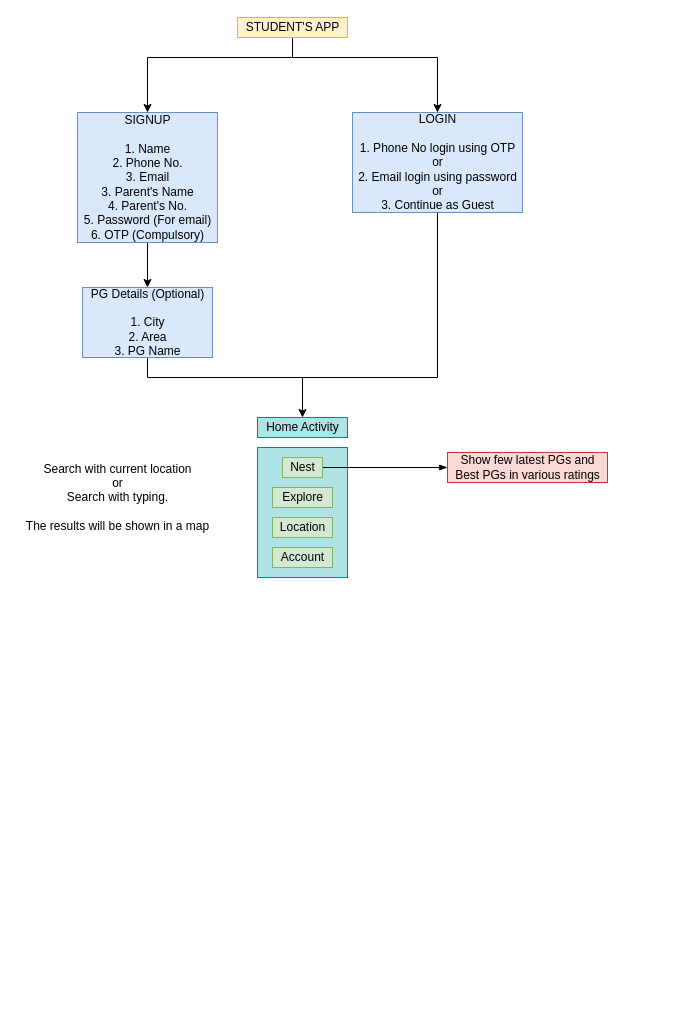
This is pgapp.drawio from inomag/UI-UX-Components, a draw.io file, before an edit. Source tidied: cells renumbered, new cells numbered last; positions are measured from the earlier drawing's top-left corner, leaving out a move shared by most shapes. Both pictures are drawn from the tidied source at 100%, with x=0, y=0 at pixel (17, 17).
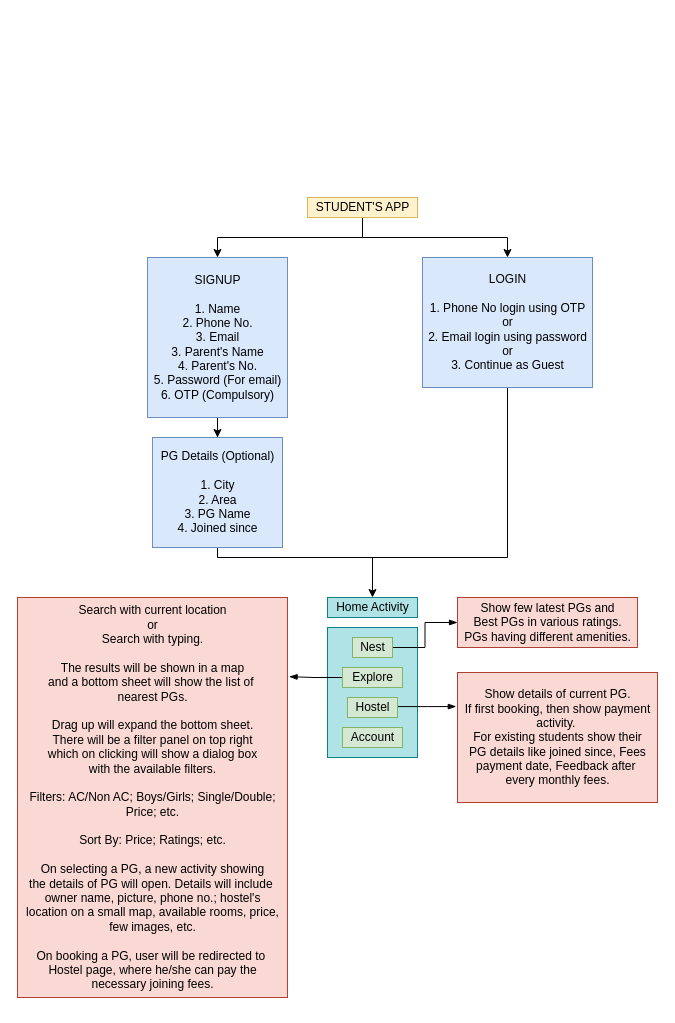
Above is the later version.

The edit, as a diff of the source:
```diff
@@
     <mxCell id="2" style="rounded=0;whiteSpace=wrap;html=1;glass=0;fillColor=#b0e3e6;strokeColor=#0e8088;" parent="1" vertex="1">
-      <mxGeometry x="240" y="430" width="90" height="130" as="geometry" />
+      <mxGeometry x="310" y="610" width="90" height="130" as="geometry" />
     </mxCell>
     <mxCell id="3" style="edgeStyle=orthogonalEdgeStyle;rounded=0;jettySize=auto;html=1;" parent="1" edge="1" source="5" target="7">
       <mxGeometry relative="1" as="geometry">
         <Array as="points">
-          <mxPoint x="275" y="40" />
-          <mxPoint x="130" y="40" />
+          <mxPoint x="345" y="220" />
+          <mxPoint x="200" y="220" />
         </Array>
       </mxGeometry>
     </mxCell>
     <mxCell id="4" style="edgeStyle=orthogonalEdgeStyle;rounded=0;jettySize=auto;html=1;" parent="1" edge="1" source="5" target="9">
       <mxGeometry relative="1" as="geometry">
         <Array as="points">
-          <mxPoint x="275" y="40" />
-          <mxPoint x="420" y="40" />
+          <mxPoint x="345" y="220" />
+          <mxPoint x="490" y="220" />
         </Array>
       </mxGeometry>
     </mxCell>
     <mxCell id="5" value="STUDENT'S APP" style="text;html=1;align=center;verticalAlign=middle;points=[];fillColor=#fff2cc;strokeColor=#d6b656;rounded=0;glass=0;" parent="1" vertex="1">
-      <mxGeometry x="220" width="110" height="20" as="geometry" />
+      <mxGeometry x="290" y="180" width="110" height="20" as="geometry" />
     </mxCell>
@@
-    <mxCell id="7" value="SIGNUP&lt;br&gt;&lt;br&gt;1. Name&lt;br&gt;2. Phone No.&lt;br&gt;3. Email&lt;br&gt;3. Parent's Name&lt;br&gt;4. Parent's No.&lt;br&gt;5. Password (For email)&lt;br&gt;6. OTP (Compulsory)" style="text;html=1;align=center;verticalAlign=middle;points=[];fillColor=#dae8fc;strokeColor=#6c8ebf;" parent="1" vertex="1">
-      <mxGeometry x="60" y="95" width="140" height="130" as="geometry" />
+    <mxCell id="7" value="&lt;br&gt;SIGNUP&lt;br&gt;&lt;br&gt;1. Name&lt;br&gt;2. Phone No.&lt;br&gt;3. Email&lt;br&gt;3. Parent's Name&lt;br&gt;4. Parent's No.&lt;br&gt;5. Password (For email)&lt;br&gt;6. OTP (Compulsory)&lt;br&gt;&lt;br&gt;" style="text;html=1;align=center;verticalAlign=middle;points=[];fillColor=#dae8fc;strokeColor=#6c8ebf;" parent="1" vertex="1">
+      <mxGeometry x="130" y="240" width="140" height="160" as="geometry" />
     </mxCell>
     <mxCell id="8" style="edgeStyle=orthogonalEdgeStyle;rounded=0;jettySize=auto;html=1;endArrow=none;endFill=0;" parent="1" edge="1" source="9">
       <mxGeometry relative="1" as="geometry">
-        <mxPoint x="280" y="360" as="targetPoint" />
+        <mxPoint x="350" y="540" as="targetPoint" />
         <Array as="points">
-          <mxPoint x="420" y="360" />
+          <mxPoint x="490" y="540" />
         </Array>
       </mxGeometry>
     </mxCell>
-    <mxCell id="9" value="LOGIN&lt;br&gt;&lt;br&gt;1. Phone No login using OTP&lt;br&gt;or&lt;br&gt;2. Email login using password&lt;br&gt;or&lt;br&gt;3. Continue as Guest" style="text;html=1;align=center;verticalAlign=middle;points=[];fillColor=#dae8fc;strokeColor=#6c8ebf;" parent="1" vertex="1">
-      <mxGeometry x="335" y="95" width="170" height="100" as="geometry" />
+    <mxCell id="9" value="&lt;br&gt;LOGIN&lt;br&gt;&lt;br&gt;1. Phone No login using OTP&lt;br&gt;or&lt;br&gt;2. Email login using password&lt;br&gt;or&lt;br&gt;3. Continue as Guest&lt;br&gt;&lt;br&gt;" style="text;html=1;align=center;verticalAlign=middle;points=[];fillColor=#dae8fc;strokeColor=#6c8ebf;" parent="1" vertex="1">
+      <mxGeometry x="405" y="240" width="170" height="130" as="geometry" />
     </mxCell>
     <mxCell id="10" style="edgeStyle=orthogonalEdgeStyle;rounded=0;jettySize=auto;html=1;" parent="1" edge="1" source="11" target="12">
       <mxGeometry relative="1" as="geometry">
         <Array as="points">
-          <mxPoint x="130" y="360" />
-          <mxPoint x="285" y="360" />
+          <mxPoint x="200" y="540" />
+          <mxPoint x="355" y="540" />
         </Array>
       </mxGeometry>
     </mxCell>
-    <mxCell id="11" value="PG Details (Optional)&lt;br&gt;&lt;br&gt;1. City&lt;br&gt;2. Area&lt;br&gt;3. PG Name" style="text;html=1;align=center;verticalAlign=middle;points=[];fillColor=#dae8fc;strokeColor=#6c8ebf;" parent="1" vertex="1">
-      <mxGeometry x="65" y="270" width="130" height="70" as="geometry" />
+    <mxCell id="11" value="&lt;br&gt;PG Details (Optional)&lt;br&gt;&lt;br&gt;1. City&lt;br&gt;2. Area&lt;br&gt;3. PG Name&lt;br&gt;4. Joined since&lt;br&gt;&lt;br&gt;" style="text;html=1;align=center;verticalAlign=middle;points=[];fillColor=#dae8fc;strokeColor=#6c8ebf;" parent="1" vertex="1">
+      <mxGeometry x="135" y="420" width="130" height="110" as="geometry" />
     </mxCell>
     <mxCell id="12" value="Home Activity" style="text;html=1;align=center;verticalAlign=middle;points=[];fillColor=#b0e3e6;strokeColor=#0e8088;" parent="1" vertex="1">
-      <mxGeometry x="240" y="400" width="90" height="20" as="geometry" />
+      <mxGeometry x="310" y="580" width="90" height="20" as="geometry" />
     </mxCell>
     <mxCell id="13" value="Account" style="text;html=1;align=center;verticalAlign=middle;fillColor=#d5e8d4;strokeColor=#82b366;" parent="1" vertex="1">
-      <mxGeometry x="255" y="530" width="60" height="20" as="geometry" />
+      <mxGeometry x="325" y="710" width="60" height="20" as="geometry" />
     </mxCell>
+    <mxCell id="20" style="edgeStyle=orthogonalEdgeStyle;rounded=0;jettySize=auto;html=1;entryX=1.006;entryY=0.198;entryDx=0;entryDy=0;entryPerimeter=0;endArrow=blockThin;endFill=1;" parent="1" edge="1" source="14" target="19">
+      <mxGeometry relative="1" as="geometry" />
+    </mxCell>
     <mxCell id="14" value="Explore" style="text;html=1;align=center;verticalAlign=middle;points=[];fillColor=#d5e8d4;strokeColor=#82b366;" parent="1" vertex="1">
-      <mxGeometry x="255" y="470" width="60" height="20" as="geometry" />
+      <mxGeometry x="325" y="650" width="60" height="20" as="geometry" />
     </mxCell>
@@
     <mxCell id="16" value="Nest" style="text;html=1;align=center;verticalAlign=middle;points=[];fillColor=#d5e8d4;strokeColor=#82b366;" parent="1" vertex="1">
-      <mxGeometry x="265" y="440" width="40" height="20" as="geometry" />
+      <mxGeometry x="335" y="620" width="40" height="20" as="geometry" />
     </mxCell>
+    <mxCell id="21" style="edgeStyle=orthogonalEdgeStyle;rounded=0;jettySize=auto;html=1;entryX=-0.006;entryY=0.262;entryDx=0;entryDy=0;entryPerimeter=0;endArrow=blockThin;endFill=1;" parent="1" edge="1" source="17" target="22">
+      <mxGeometry relative="1" as="geometry">
+        <Array as="points">
+          <mxPoint x="410" y="690" />
+        </Array>
+      </mxGeometry>
+    </mxCell>
-    <mxCell id="17" value="Location" style="text;html=1;align=center;verticalAlign=middle;points=[];fillColor=#d5e8d4;strokeColor=#82b366;" parent="1" vertex="1">
-      <mxGeometry x="255" y="500" width="60" height="20" as="geometry" />
+    <mxCell id="17" value="Hostel" style="text;html=1;align=center;verticalAlign=middle;points=[];fillColor=#d5e8d4;strokeColor=#82b366;" parent="1" vertex="1">
+      <mxGeometry x="330" y="680" width="50" height="20" as="geometry" />
     </mxCell>
-    <mxCell id="18" value="Show few latest PGs and &lt;br&gt;Best PGs in various ratings" style="text;html=1;align=center;verticalAlign=middle;points=[];fillColor=#fad9d5;strokeColor=#ae4132;" parent="1" vertex="1">
-      <mxGeometry x="430" y="435" width="160" height="30" as="geometry" />
+    <mxCell id="18" value="Show few latest PGs and &lt;br&gt;Best PGs in various ratings.&lt;br&gt;PGs having different amenities.&lt;br&gt;" style="text;html=1;align=center;verticalAlign=middle;points=[];fillColor=#fad9d5;strokeColor=#ae4132;" parent="1" vertex="1">
+      <mxGeometry x="440" y="580" width="180" height="50" as="geometry" />
     </mxCell>
-    <mxCell id="19" value="Search with current location&lt;br&gt;or&lt;br&gt;Search with typing.&lt;br&gt;&lt;br&gt;The results will be shown in a map" style="text;html=1;align=center;verticalAlign=middle;points=[];" parent="1" vertex="1">
-      <mxGeometry y="445" width="200" height="70" as="geometry" />
+    <mxCell id="19" value="&lt;br&gt;Search with current location&lt;br&gt;or&lt;br&gt;Search with typing.&lt;br&gt;&lt;br&gt;The results will be shown in a map&lt;br&gt;and a bottom sheet will show the list of&amp;nbsp;&lt;br&gt;nearest PGs.&lt;br&gt;&lt;br&gt;Drag up will expand the bottom sheet.&lt;br&gt;There will be a filter panel on top right&lt;br&gt;which on clicking will show a dialog box&lt;br&gt;with the available filters.&lt;br&gt;&lt;br&gt;Filters: AC/Non AC; Boys/Girls; Single/Double;&lt;br&gt;Price; etc.&lt;br&gt;&lt;br&gt;Sort By: Price; Ratings; etc.&lt;br&gt;&lt;br&gt;On selecting a PG, a new activity showing&lt;br&gt;the details of PG will open. Details will include&amp;nbsp;&lt;br&gt;owner name, picture, phone no.; hostel's&lt;br&gt;location on a small map, available rooms, price,&lt;br&gt;few images, etc.&lt;br&gt;&lt;br&gt;On booking a PG, user will be redirected to&amp;nbsp;&lt;br&gt;Hostel page, where he/she can pay the&lt;br&gt;necessary joining fees.&lt;br&gt;&lt;br&gt;" style="text;html=1;align=center;verticalAlign=middle;points=[];fillColor=#fad9d5;strokeColor=#ae4132;" parent="1" vertex="1">
+      <mxGeometry y="580" width="270" height="400" as="geometry" />
     </mxCell>
+    <mxCell id="22" value="&lt;br&gt;Show details of current PG.&lt;br&gt;If first booking, then show payment&lt;br&gt;activity.&amp;nbsp;&lt;br&gt;For existing students show their&lt;br&gt;PG details like joined since, Fees&lt;br&gt;payment date, Feedback after&amp;nbsp;&lt;br&gt;every monthly fees.&lt;br&gt;&lt;br&gt;" style="text;html=1;align=center;verticalAlign=middle;points=[];fillColor=#fad9d5;strokeColor=#ae4132;" parent="1" vertex="1">
+      <mxGeometry x="440" y="655" width="200" height="130" as="geometry" />
+    </mxCell>
```
